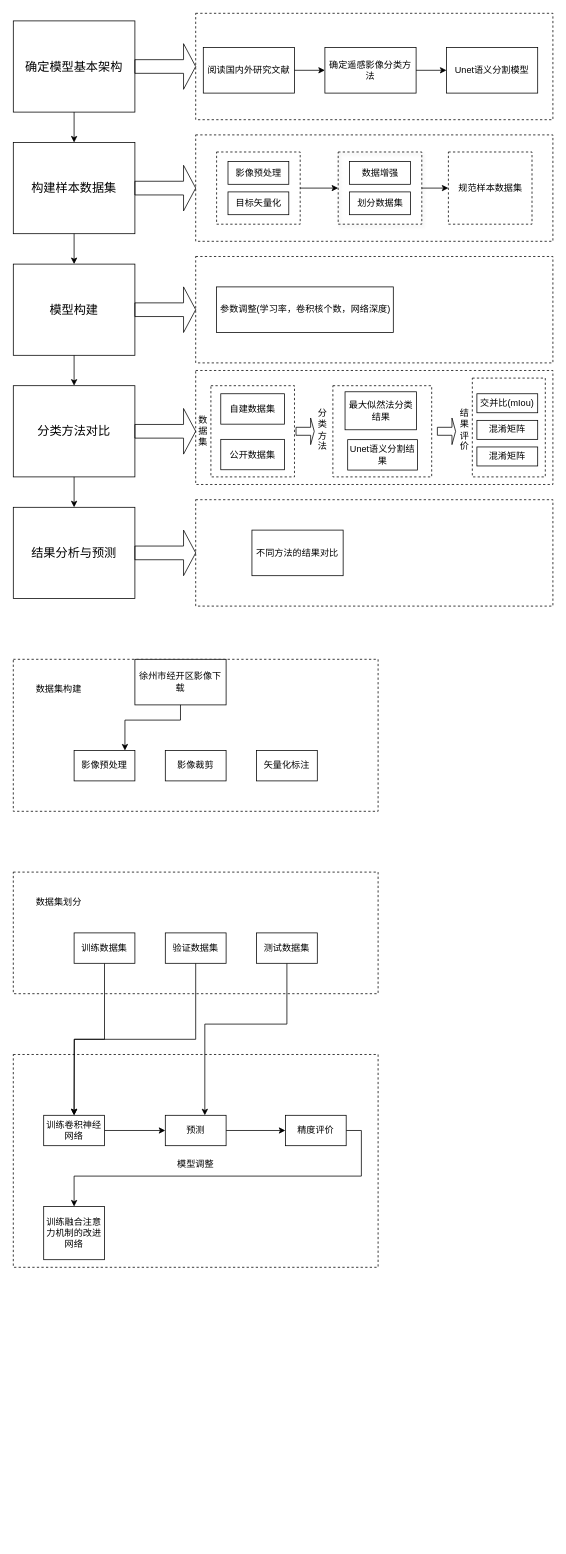
Before: 流程图.drawio in postgraduate1/Unet, a draw.io diagram. Source tidied: cells renumbered, new cells numbered last; positions are measured from the earlier drawing's top-left corner, leaving out a move shared by most shapes. Both pictures are drawn from the tidied source at 76%, with x=0, y=0 at pixel (13, 13).
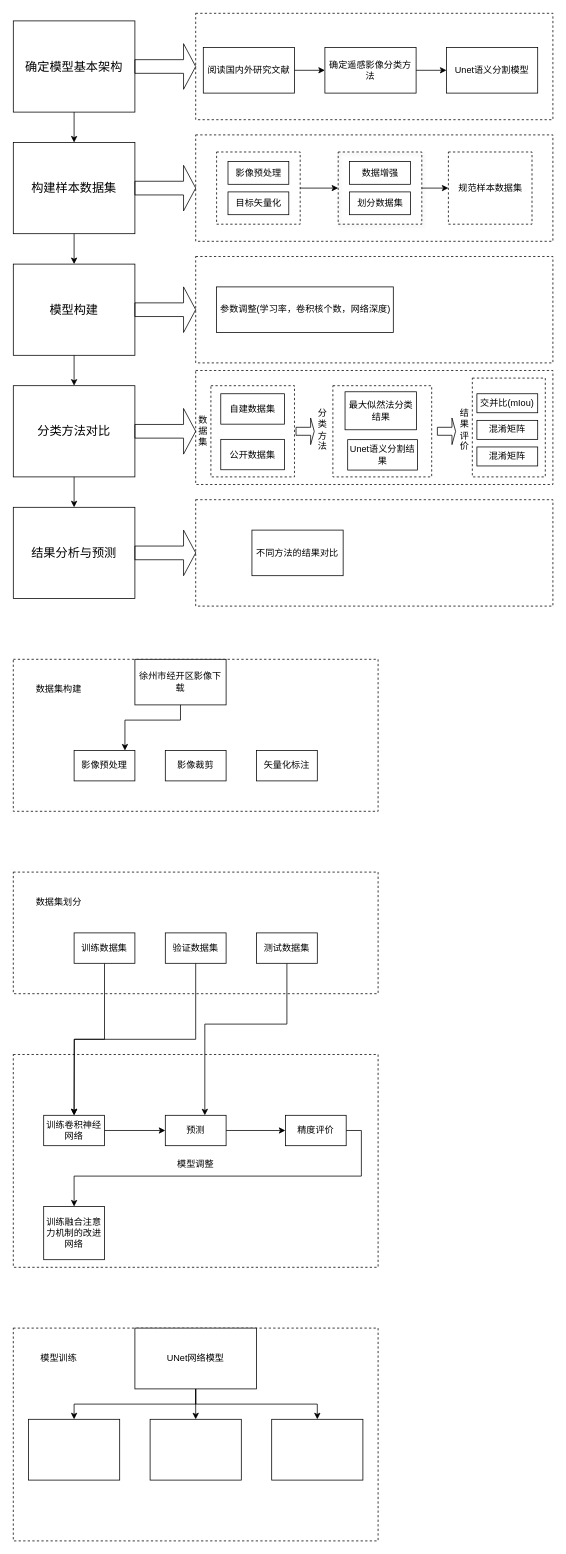
The same diagram, later.

Commit message:
更新流程图.drawio

Change to the diagram source:
```diff
@@
+    <mxCell id="76" style="rounded=0;whiteSpace=wrap;html=1;dashed=1;fillColor=none;" parent="1" vertex="1">
+      <mxGeometry y="1730" width="480" height="280" as="geometry" />
+    </mxCell>
+    <mxCell id="77" value="模型训练" style="text;html=1;strokeColor=none;fillColor=none;align=center;verticalAlign=middle;whiteSpace=wrap;rounded=0;" parent="1" vertex="1">
+      <mxGeometry y="1730" width="120" height="80" as="geometry" />
+    </mxCell>
+    <mxCell id="78" style="edgeStyle=orthogonalEdgeStyle;rounded=0;jettySize=auto;html=1;" parent="1" edge="1" source="81" target="82">
+      <mxGeometry relative="1" as="geometry" />
+    </mxCell>
+    <mxCell id="79" style="edgeStyle=orthogonalEdgeStyle;rounded=0;jettySize=auto;html=1;exitX=0.5;exitY=1;exitDx=0;exitDy=0;" parent="1" edge="1" source="81" target="84">
+      <mxGeometry relative="1" as="geometry" />
+    </mxCell>
+    <mxCell id="80" style="edgeStyle=orthogonalEdgeStyle;rounded=0;jettySize=auto;html=1;exitX=0.5;exitY=1;exitDx=0;exitDy=0;" parent="1" edge="1" source="81" target="83">
+      <mxGeometry relative="1" as="geometry" />
+    </mxCell>
+    <mxCell id="81" value="UNet网络模型" style="rounded=0;whiteSpace=wrap;html=1;" parent="1" vertex="1">
+      <mxGeometry x="160" y="1730" width="160" height="80" as="geometry" />
+    </mxCell>
+    <mxCell id="82" style="rounded=0;whiteSpace=wrap;html=1;" parent="1" vertex="1">
+      <mxGeometry x="180" y="1850" width="120" height="80" as="geometry" />
+    </mxCell>
+    <mxCell id="83" style="rounded=0;whiteSpace=wrap;html=1;" parent="1" vertex="1">
+      <mxGeometry x="340" y="1850" width="120" height="80" as="geometry" />
+    </mxCell>
+    <mxCell id="84" style="rounded=0;whiteSpace=wrap;html=1;" parent="1" vertex="1">
+      <mxGeometry x="20" y="1850" width="120" height="80" as="geometry" />
+    </mxCell>
```
